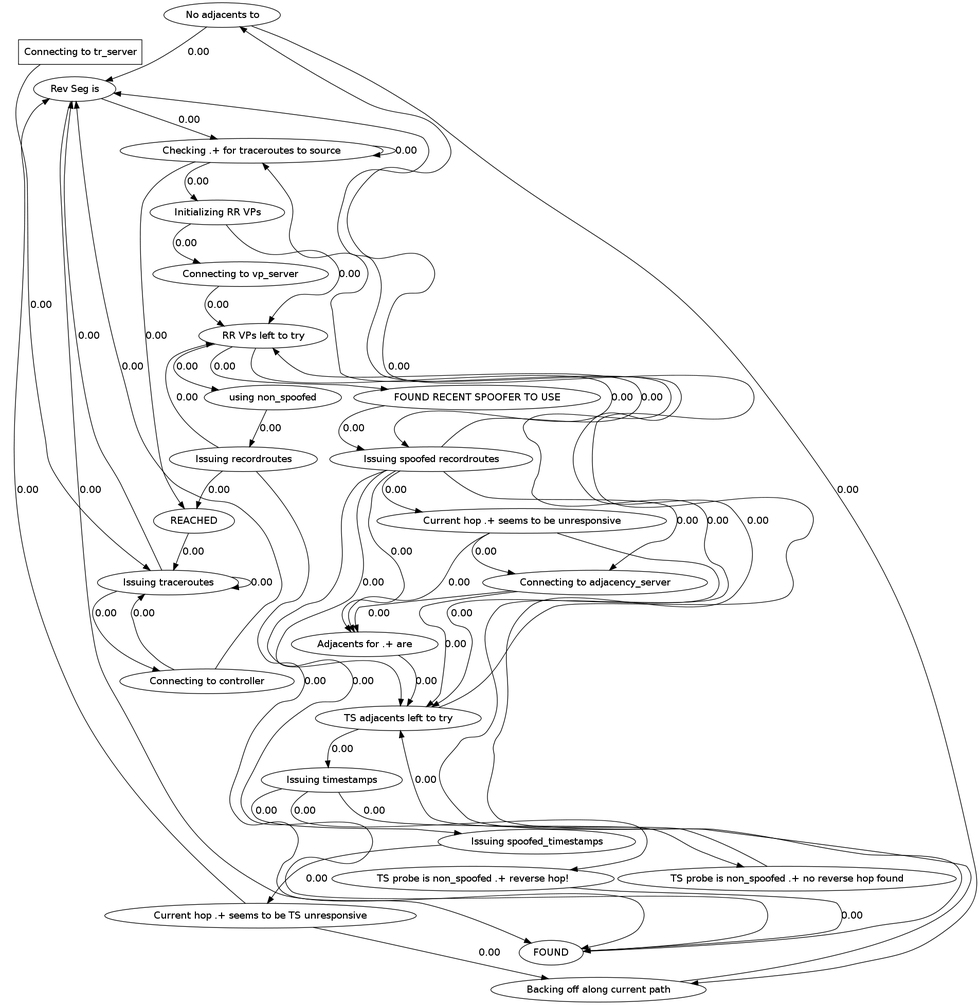
Above: output/reverseTraceroute/input.dot.png in ModelInference/synoptic (Graphviz), before the change. Its source is kept beside it as output/reverseTraceroute/input.dot.
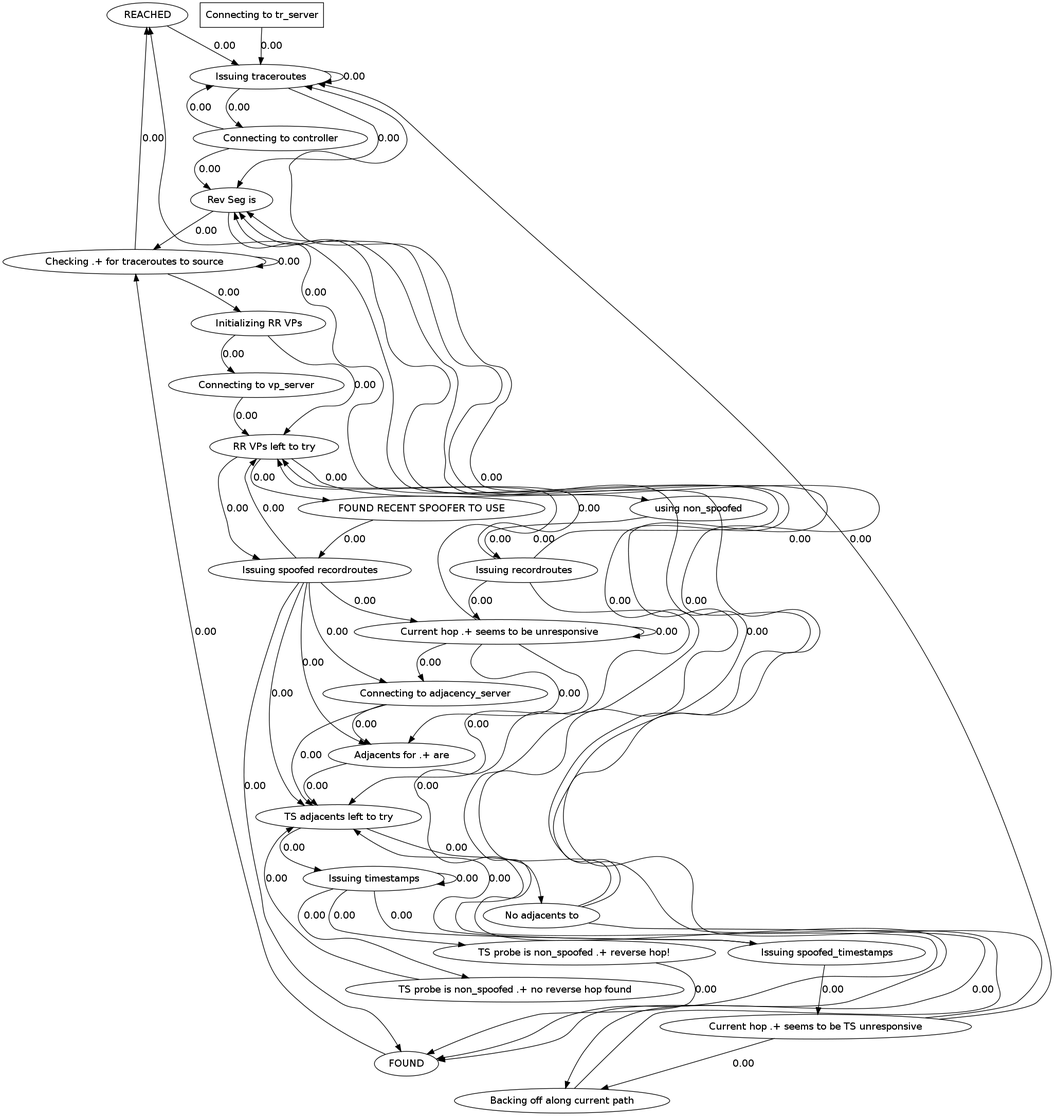
After the change.

What changed in the source:
```diff
@@ -1,76 +1,83 @@
 digraph {
-  3880791 [label="No adjacents to"];
-3880791->10623141 [label="0.00", weight="0.00"];
-3880791->14536088 [label="0.00", weight="0.00"];
-  10623141 [label="Rev Seg is"];
-10623141->2314373 [label="0.00", weight="0.00"];
-10623141->81368 [label="0.00", weight="0.00"];
-  5854240 [label="FOUND RECENT SPOOFER TO USE"];
-5854240->31266642 [label="0.00", weight="0.00"];
-  25383887 [label="using non_spoofed"];
-25383887->8082967 [label="0.00", weight="0.00"];
-  411133 [label="Current hop .+ seems to be unresponsive"];
-411133->15956578 [label="0.00", weight="0.00"];
-411133->9171948 [label="0.00", weight="0.00"];
-411133->15587806 [label="0.00", weight="0.00"];
-  24815969 [label="Connecting to tr_server",shape=box];
-24815969->22089110 [label="0.00", weight="0.00"];
-  14536088 [label="Backing off along current path"];
-14536088->10623141 [label="0.00", weight="0.00"];
-  15587806 [label="TS adjacents left to try"];
-15587806->3880791 [label="0.00", weight="0.00"];
-15587806->11373492 [label="0.00", weight="0.00"];
-  31768270 [label="Issuing spoofed_timestamps"];
-31768270->4435274 [label="0.00", weight="0.00"];
-  9171948 [label="Connecting to adjacency_server"];
-9171948->15956578 [label="0.00", weight="0.00"];
-9171948->15587806 [label="0.00", weight="0.00"];
-  19256680 [label="TS probe is non_spoofed .+ reverse hop!"];
-19256680->81368 [label="0.00", weight="0.00"];
-  8082967 [label="Issuing recordroutes"];
-8082967->28243864 [label="0.00", weight="0.00"];
-8082967->12116 [label="0.00", weight="0.00"];
-8082967->81368 [label="0.00", weight="0.00"];
-  11202659 [label="TS probe is non_spoofed .+ no reverse hop found"];
-11202659->15587806 [label="0.00", weight="0.00"];
-  28243864 [label="RR VPs left to try"];
-28243864->31266642 [label="0.00", weight="0.00"];
-28243864->25383887 [label="0.00", weight="0.00"];
-28243864->5854240 [label="0.00", weight="0.00"];
-  31266642 [label="Issuing spoofed recordroutes"];
-31266642->28243864 [label="0.00", weight="0.00"];
-31266642->81368 [label="0.00", weight="0.00"];
-31266642->411133 [label="0.00", weight="0.00"];
-31266642->9171948 [label="0.00", weight="0.00"];
-31266642->15587806 [label="0.00", weight="0.00"];
-31266642->15956578 [label="0.00", weight="0.00"];
-  15956578 [label="Adjacents for .+ are"];
-15956578->15587806 [label="0.00", weight="0.00"];
-  22089110 [label="Issuing traceroutes"];
-22089110->10623141 [label="0.00", weight="0.00"];
-22089110->22089110 [label="0.00", weight="0.00"];
-22089110->14085672 [label="0.00", weight="0.00"];
-  81368 [label="FOUND"];
-81368->2314373 [label="0.00", weight="0.00"];
-  5439183 [label="Initializing RR VPs"];
-5439183->28243864 [label="0.00", weight="0.00"];
-5439183->15199945 [label="0.00", weight="0.00"];
-  4435274 [label="Current hop .+ seems to be TS unresponsive"];
-4435274->10623141 [label="0.00", weight="0.00"];
-4435274->14536088 [label="0.00", weight="0.00"];
-  11373492 [label="Issuing timestamps"];
-11373492->31768270 [label="0.00", weight="0.00"];
-11373492->11202659 [label="0.00", weight="0.00"];
-11373492->19256680 [label="0.00", weight="0.00"];
-  15199945 [label="Connecting to vp_server"];
-15199945->28243864 [label="0.00", weight="0.00"];
-  14085672 [label="Connecting to controller"];
-14085672->10623141 [label="0.00", weight="0.00"];
-14085672->22089110 [label="0.00", weight="0.00"];
-  2314373 [label="Checking .+ for traceroutes to source"];
-2314373->5439183 [label="0.00", weight="0.00"];
-2314373->2314373 [label="0.00", weight="0.00"];
-2314373->12116 [label="0.00", weight="0.00"];
-  12116 [label="REACHED"];
-12116->22089110 [label="0.00", weight="0.00"];
+  869512973 [label="REACHED"];
+869512973->1115085362 [label="0.00", weight="0.00"];
+  491720628 [label="Connecting to vp_server"];
+491720628->278319376 [label="0.00", weight="0.00"];
+  149891765 [label="Checking .+ for traceroutes to source"];
+149891765->149891765 [label="0.00", weight="0.00"];
+149891765->1198589960 [label="0.00", weight="0.00"];
+149891765->869512973 [label="0.00", weight="0.00"];
+  1944615136 [label="Connecting to controller"];
+1944615136->1936345914 [label="0.00", weight="0.00"];
+1944615136->1115085362 [label="0.00", weight="0.00"];
+  1932410483 [label="Current hop .+ seems to be TS unresponsive"];
+1932410483->1115085362 [label="0.00", weight="0.00"];
+1932410483->1936345914 [label="0.00", weight="0.00"];
+1932410483->2143963240 [label="0.00", weight="0.00"];
+  278319376 [label="RR VPs left to try"];
+278319376->1623409844 [label="0.00", weight="0.00"];
+278319376->232576424 [label="0.00", weight="0.00"];
+278319376->592967059 [label="0.00", weight="0.00"];
+  1304848860 [label="No adjacents to"];
+1304848860->1936345914 [label="0.00", weight="0.00"];
+1304848860->1115085362 [label="0.00", weight="0.00"];
+1304848860->2143963240 [label="0.00", weight="0.00"];
+  1673238533 [label="Adjacents for .+ are"];
+1673238533->831521140 [label="0.00", weight="0.00"];
+  250023419 [label="Current hop .+ seems to be unresponsive"];
+250023419->831521140 [label="0.00", weight="0.00"];
+250023419->278319376 [label="0.00", weight="0.00"];
+250023419->1431805252 [label="0.00", weight="0.00"];
+250023419->250023419 [label="0.00", weight="0.00"];
+250023419->1673238533 [label="0.00", weight="0.00"];
+  491786856 [label="TS probe is non_spoofed .+ no reverse hop found"];
+491786856->831521140 [label="0.00", weight="0.00"];
+  1115085362 [label="Issuing traceroutes"];
+1115085362->1936345914 [label="0.00", weight="0.00"];
+1115085362->1115085362 [label="0.00", weight="0.00"];
+1115085362->1944615136 [label="0.00", weight="0.00"];
+  1796605729 [label="TS probe is non_spoofed .+ reverse hop!"];
+1796605729->1665589601 [label="0.00", weight="0.00"];
+  821666666 [label="Issuing timestamps"];
+821666666->1699708951 [label="0.00", weight="0.00"];
+821666666->491786856 [label="0.00", weight="0.00"];
+821666666->1796605729 [label="0.00", weight="0.00"];
+821666666->821666666 [label="0.00", weight="0.00"];
+  232576424 [label="using non_spoofed"];
+232576424->494369266 [label="0.00", weight="0.00"];
+  1431805252 [label="Connecting to adjacency_server"];
+1431805252->1673238533 [label="0.00", weight="0.00"];
+1431805252->831521140 [label="0.00", weight="0.00"];
+  2143963240 [label="Backing off along current path"];
+2143963240->1936345914 [label="0.00", weight="0.00"];
+  831521140 [label="TS adjacents left to try"];
+831521140->821666666 [label="0.00", weight="0.00"];
+831521140->1304848860 [label="0.00", weight="0.00"];
+  1665589601 [label="FOUND"];
+1665589601->149891765 [label="0.00", weight="0.00"];
+  1198589960 [label="Initializing RR VPs"];
+1198589960->491720628 [label="0.00", weight="0.00"];
+1198589960->278319376 [label="0.00", weight="0.00"];
+  592967059 [label="FOUND RECENT SPOOFER TO USE"];
+592967059->1623409844 [label="0.00", weight="0.00"];
+  1180867063 [label="Connecting to tr_server",shape=box];
+1180867063->1115085362 [label="0.00", weight="0.00"];
+  1699708951 [label="Issuing spoofed_timestamps"];
+1699708951->1932410483 [label="0.00", weight="0.00"];
+1699708951->831521140 [label="0.00", weight="0.00"];
+  1936345914 [label="Rev Seg is"];
+1936345914->149891765 [label="0.00", weight="0.00"];
+1936345914->1665589601 [label="0.00", weight="0.00"];
+  494369266 [label="Issuing recordroutes"];
+494369266->250023419 [label="0.00", weight="0.00"];
+494369266->278319376 [label="0.00", weight="0.00"];
+494369266->1665589601 [label="0.00", weight="0.00"];
+494369266->869512973 [label="0.00", weight="0.00"];
+  1623409844 [label="Issuing spoofed recordroutes"];
+1623409844->250023419 [label="0.00", weight="0.00"];
+1623409844->1665589601 [label="0.00", weight="0.00"];
+1623409844->831521140 [label="0.00", weight="0.00"];
+1623409844->278319376 [label="0.00", weight="0.00"];
+1623409844->1673238533 [label="0.00", weight="0.00"];
+1623409844->1431805252 [label="0.00", weight="0.00"];
 } // digraph
```
